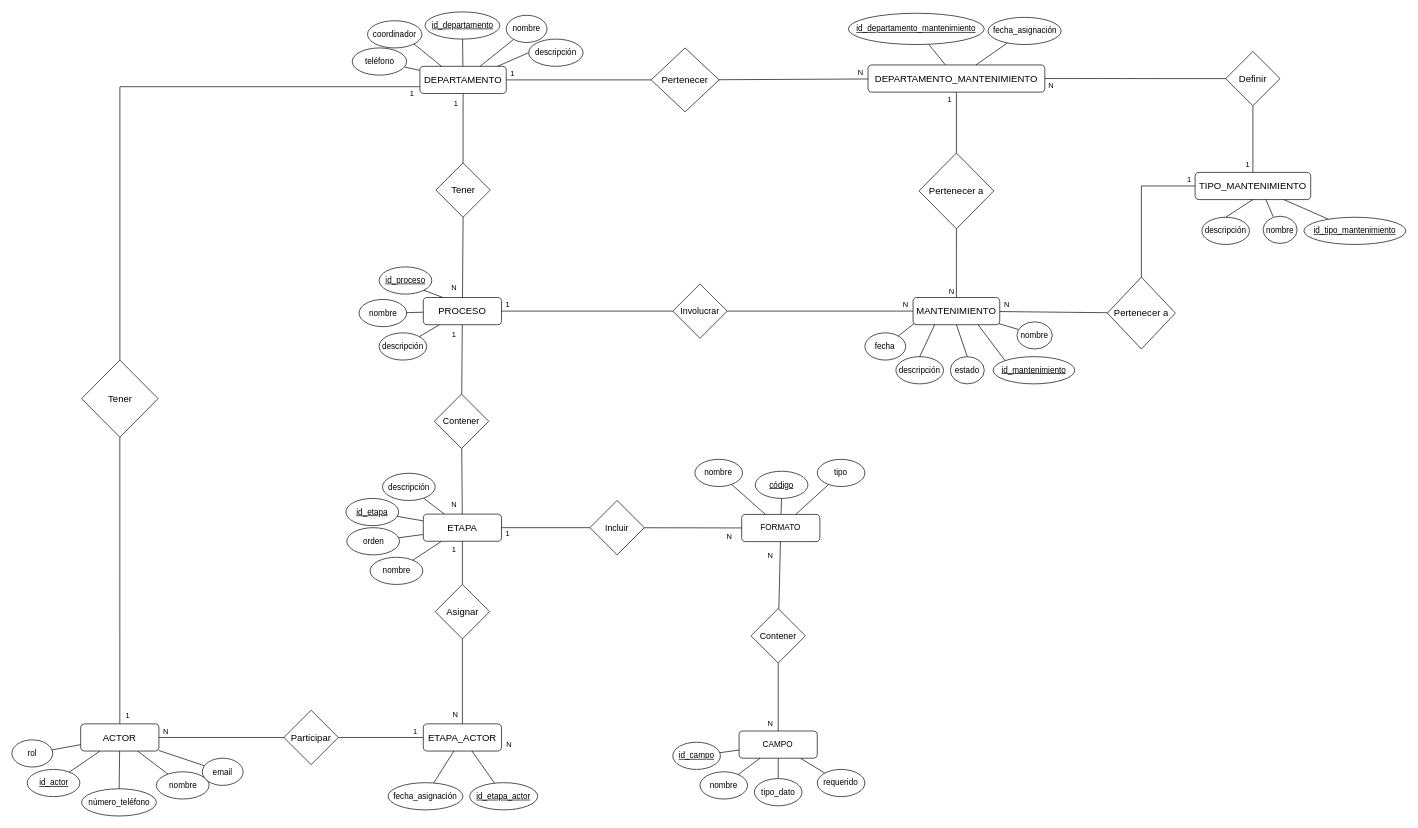
Above: E-R model.drawio in DevKike/maintenance_management_system (draw.io), before the change. Source tidied: cells renumbered, new cells numbered last; positions are measured from the earlier drawing's top-left corner, leaving out a move shared by most shapes. Both pictures are drawn from the tidied source at 68%, with x=0, y=0 at pixel (12, 12).
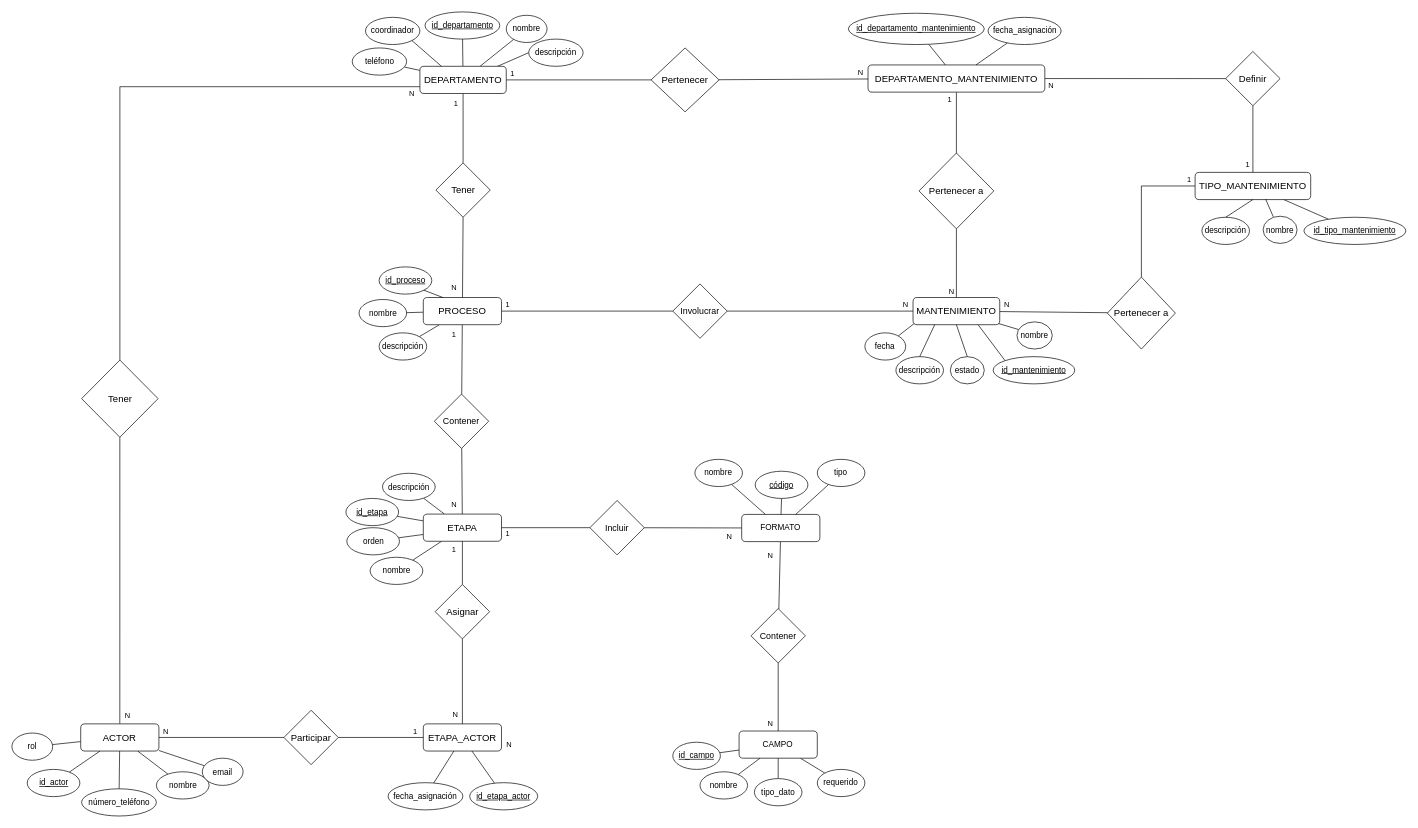
Above is the later version.

Diff of the diagram source:
```diff
@@
     <mxCell id="56" value="coordinador" style="ellipse;whiteSpace=wrap;html=1;align=center;" parent="1" vertex="1">
-      <mxGeometry x="523" y="13" width="80" height="40" as="geometry" />
+      <mxGeometry x="520" y="8" width="80" height="40" as="geometry" />
     </mxCell>
@@
     <mxCell id="78" value="rol" style="ellipse;whiteSpace=wrap;html=1;align=center;" parent="1" vertex="1">
-      <mxGeometry y="1070.5" width="60" height="40" as="geometry" />
+      <mxGeometry y="1060.5" width="60" height="40" as="geometry" />
     </mxCell>
@@
-    <mxCell id="121" value="1" style="text;html=1;align=center;verticalAlign=middle;strokeColor=none;fillColor=none;fontFamily=Helvetica;fontSize=11;fontColor=default;labelBackgroundColor=default;" parent="1" vertex="1">
+    <mxCell id="121" value="N" style="text;html=1;align=center;verticalAlign=middle;strokeColor=none;fillColor=none;fontFamily=Helvetica;fontSize=11;fontColor=default;labelBackgroundColor=default;" parent="1" vertex="1">
       <mxGeometry x="155" y="1020" width="30" height="30" as="geometry" />
     </mxCell>
@@
-    <mxCell id="141" value="1" style="text;html=1;align=center;verticalAlign=middle;strokeColor=none;fillColor=none;fontFamily=Helvetica;fontSize=11;fontColor=default;labelBackgroundColor=default;" parent="1" vertex="1">
+    <mxCell id="141" value="N" style="text;html=1;align=center;verticalAlign=middle;strokeColor=none;fillColor=none;fontFamily=Helvetica;fontSize=11;fontColor=default;labelBackgroundColor=default;" parent="1" vertex="1">
       <mxGeometry x="573" y="105" width="30" height="30" as="geometry" />
     </mxCell>
```
